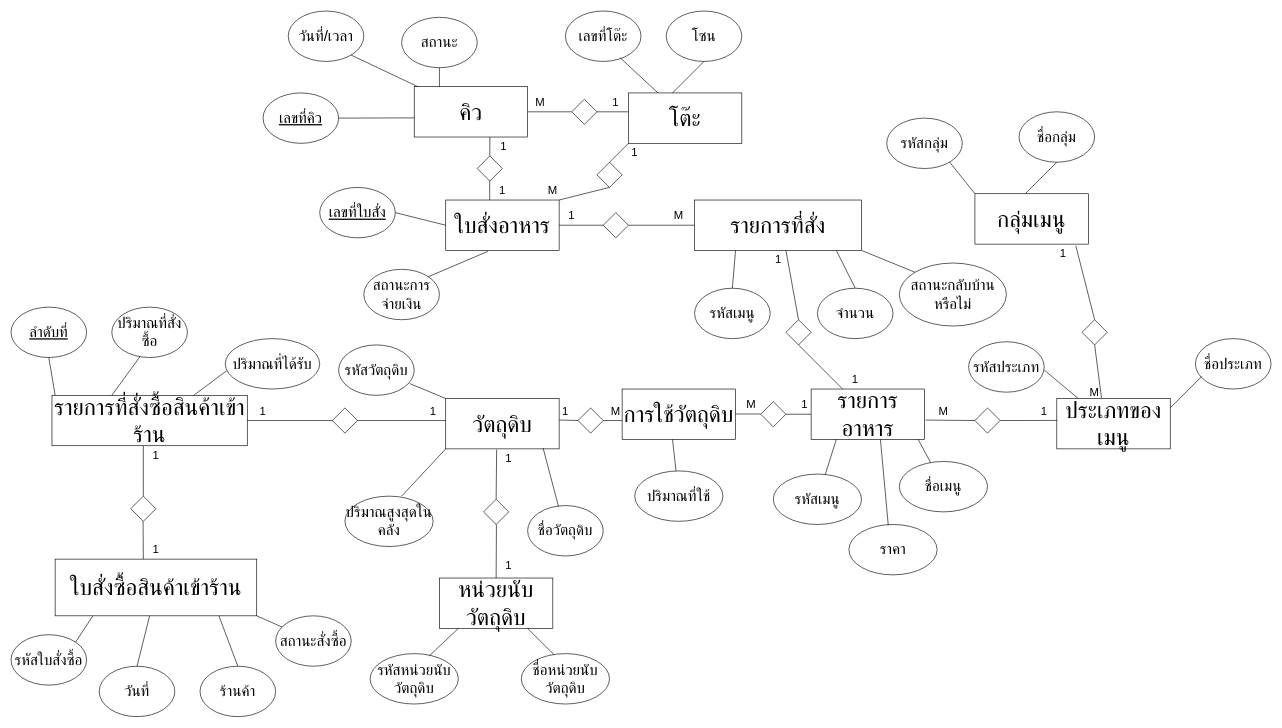
Above: แบบแผนที่ยังไม่ได้ตั้งชื่อ.drawio in banthitamakjeen/git-workshop (draw.io), before the change. Source tidied: cells renumbered, new cells numbered last; positions are measured from the earlier drawing's top-left corner, leaving out a move shared by most shapes. Both pictures are drawn from the tidied source at 63%, with x=0, y=0 at pixel (11, 11).
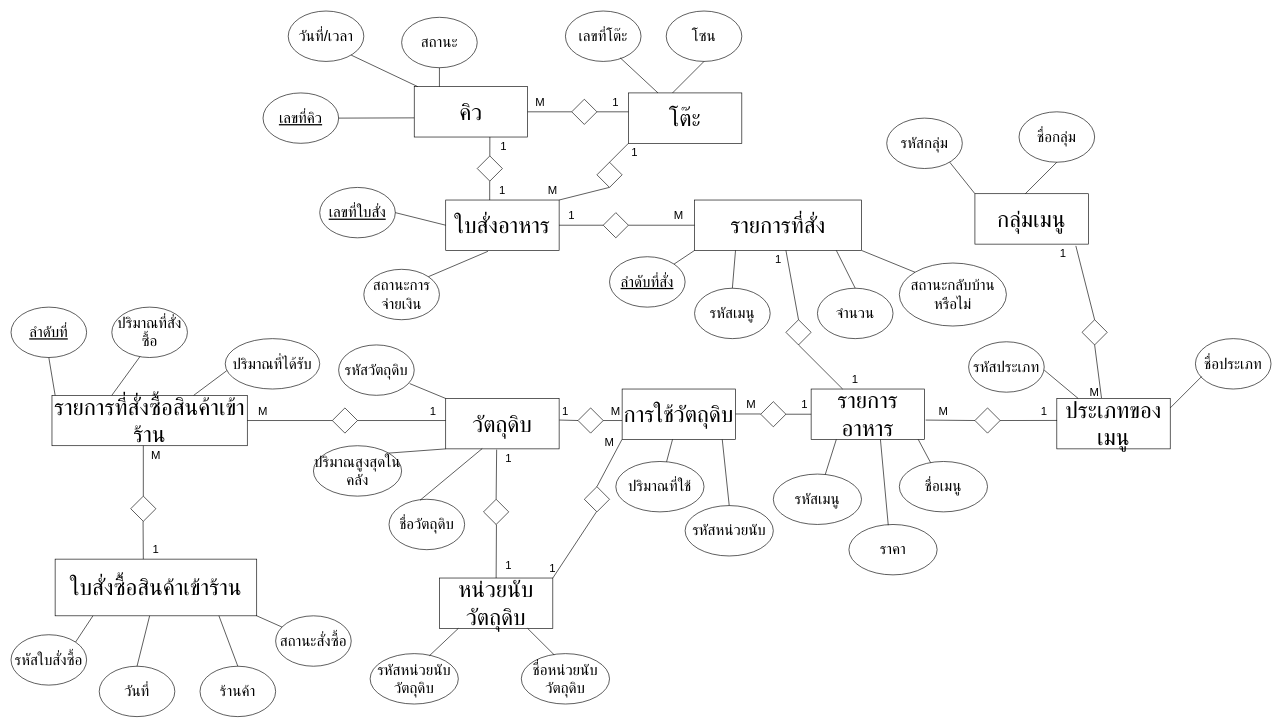
The same diagram, later.

The change refers to these unchanged cells:
```xml
<mxCell id="2" value="&lt;font style=&quot;font-size: 36px;&quot;&gt;วัตถุดิบ&lt;/font&gt;" style="rounded=0;whiteSpace=wrap;html=1;" parent="1" vertex="1">
  <mxGeometry x="690" y="615" width="180" height="80" as="geometry" />
</mxCell>
<mxCell id="6" value="&lt;font style=&quot;font-size: 36px;&quot;&gt;หน่วยนับวัตถุดิบ&lt;/font&gt;" style="rounded=0;whiteSpace=wrap;html=1;" parent="1" vertex="1">
  <mxGeometry x="680" y="900" width="180" height="80" as="geometry" />
</mxCell>
<mxCell id="28" value="&lt;font style=&quot;font-size: 36px;&quot;&gt;การใช้วัตถุดิบ&lt;/font&gt;" style="rounded=0;whiteSpace=wrap;html=1;" parent="1" vertex="1">
  <mxGeometry x="970" y="600" width="180" height="80" as="geometry" />
</mxCell>
```

Diff of the diagram source:
```diff
@@
     <mxCell id="4" value="&lt;font style=&quot;font-size: 24px;&quot;&gt;ชื่อวัตถุดิบ&lt;/font&gt;" style="ellipse;whiteSpace=wrap;html=1;" parent="1" vertex="1">
-      <mxGeometry x="820" y="785" width="120" height="80" as="geometry" />
+      <mxGeometry x="600" y="775" width="120" height="80" as="geometry" />
     </mxCell>
     <mxCell id="5" value="&lt;font style=&quot;font-size: 24px;&quot;&gt;ปริมาณสูงสุดในคลัง&lt;/font&gt;" style="ellipse;whiteSpace=wrap;html=1;" parent="1" vertex="1">
-      <mxGeometry x="530" y="770" width="140" height="80" as="geometry" />
+      <mxGeometry x="480" y="690" width="140" height="80" as="geometry" />
     </mxCell>
@@
     <mxCell id="29" value="&lt;font style=&quot;font-size: 24px;&quot;&gt;ปริมาณที่ใช้&lt;/font&gt;" style="ellipse;whiteSpace=wrap;html=1;" parent="1" vertex="1">
-      <mxGeometry x="990" y="730" width="140" height="80" as="geometry" />
+      <mxGeometry x="960" y="715" width="140" height="80" as="geometry" />
     </mxCell>
@@
-    <mxCell id="80" style="endArrow=none;html=1;rounded=0;entryX=0;entryY=1;entryDx=0;entryDy=0;" parent="1" edge="1" target="2">
-      <mxGeometry relative="1" as="geometry">
-        <mxPoint x="620" y="770" as="sourcePoint" />
-      </mxGeometry>
+    <mxCell id="80" style="endArrow=none;html=1;rounded=0;entryX=0;entryY=1;entryDx=0;entryDy=0;exitX=1;exitY=0;exitDx=0;exitDy=0;" parent="1" edge="1" source="5" target="2">
+      <mxGeometry relative="1" as="geometry" />
     </mxCell>
-    <mxCell id="81" style="endArrow=none;html=1;rounded=0;entryX=0.859;entryY=0.985;entryDx=0;entryDy=0;entryPerimeter=0;exitX=0.409;exitY=0.021;exitDx=0;exitDy=0;exitPerimeter=0;" parent="1" edge="1" source="4" target="2">
+    <mxCell id="81" style="endArrow=none;html=1;rounded=0;entryX=0.322;entryY=0.994;entryDx=0;entryDy=0;entryPerimeter=0;exitX=0.409;exitY=0.021;exitDx=0;exitDy=0;exitPerimeter=0;" parent="1" edge="1" source="4" target="2">
       <mxGeometry relative="1" as="geometry" />
     </mxCell>
@@
-    <mxCell id="124" value="&lt;font style=&quot;font-size: 18px;&quot;&gt;1&lt;/font&gt;" style="text;html=1;align=center;verticalAlign=middle;whiteSpace=wrap;rounded=0;" parent="1" vertex="1">
+    <mxCell id="124" value="&lt;font style=&quot;font-size: 18px;&quot;&gt;M&lt;/font&gt;" style="text;html=1;align=center;verticalAlign=middle;whiteSpace=wrap;rounded=0;" parent="1" vertex="1">
       <mxGeometry x="370" y="620" width="60" height="30" as="geometry" />
     </mxCell>
-    <mxCell id="125" value="&lt;font style=&quot;font-size: 18px;&quot;&gt;1&lt;/font&gt;" style="text;html=1;align=center;verticalAlign=middle;whiteSpace=wrap;rounded=0;" parent="1" vertex="1">
+    <mxCell id="125" value="&lt;span style=&quot;font-size: 18px;&quot;&gt;M&lt;/span&gt;" style="text;html=1;align=center;verticalAlign=middle;whiteSpace=wrap;rounded=0;" parent="1" vertex="1">
       <mxGeometry x="200" y="690" width="60" height="30" as="geometry" />
     </mxCell>
@@
+    <mxCell id="134" value="&lt;span style=&quot;font-size: 24px;&quot;&gt;&lt;u&gt;ลำดับที่สั่ง&lt;/u&gt;&lt;/span&gt;" style="ellipse;whiteSpace=wrap;html=1;" parent="1" vertex="1">
+      <mxGeometry x="950" y="390" width="120" height="80" as="geometry" />
+    </mxCell>
+    <mxCell id="135" style="endArrow=none;html=1;rounded=0;exitX=1;exitY=0;exitDx=0;exitDy=0;" parent="1" edge="1" source="134">
+      <mxGeometry relative="1" as="geometry">
+        <mxPoint x="1085" y="380" as="targetPoint" />
+      </mxGeometry>
+    </mxCell>
+    <mxCell id="136" style="rhombus;whiteSpace=wrap;html=1;" parent="1" vertex="1">
+      <mxGeometry x="910" y="755" width="40" height="40" as="geometry" />
+    </mxCell>
+    <mxCell id="137" style="endArrow=none;html=1;rounded=0;exitX=0.5;exitY=0;exitDx=0;exitDy=0;entryX=0.449;entryY=1.015;entryDx=0;entryDy=0;entryPerimeter=0;" parent="1" edge="1" source="136">
+      <mxGeometry relative="1" as="geometry">
+        <mxPoint x="969.8" y="680" as="targetPoint" />
+      </mxGeometry>
+    </mxCell>
+    <mxCell id="138" style="endArrow=none;html=1;rounded=0;entryX=0.449;entryY=1.015;entryDx=0;entryDy=0;entryPerimeter=0;exitX=1;exitY=0;exitDx=0;exitDy=0;" parent="1" edge="1" source="6">
+      <mxGeometry relative="1" as="geometry">
+        <mxPoint x="929.2" y="795" as="targetPoint" />
+      </mxGeometry>
+    </mxCell>
+    <mxCell id="139" value="&lt;font style=&quot;font-size: 24px;&quot;&gt;รหัสหน่วยนับ&lt;/font&gt;" style="ellipse;whiteSpace=wrap;html=1;" parent="1" vertex="1">
+      <mxGeometry x="1070" y="785" width="140" height="80" as="geometry" />
+    </mxCell>
+    <mxCell id="140" style="endArrow=none;html=1;rounded=0;exitX=0.5;exitY=0;exitDx=0;exitDy=0;entryX=0.883;entryY=1.002;entryDx=0;entryDy=0;entryPerimeter=0;" parent="1" edge="1" source="139" target="28">
+      <mxGeometry relative="1" as="geometry" />
+    </mxCell>
+    <mxCell id="141" value="&lt;span style=&quot;font-size: 18px;&quot;&gt;M&lt;/span&gt;" style="text;html=1;align=center;verticalAlign=middle;whiteSpace=wrap;rounded=0;" parent="1" vertex="1">
+      <mxGeometry x="920" y="670" width="60" height="30" as="geometry" />
+    </mxCell>
+    <mxCell id="142" value="&lt;font style=&quot;font-size: 18px;&quot;&gt;1&lt;/font&gt;" style="text;html=1;align=center;verticalAlign=middle;whiteSpace=wrap;rounded=0;" parent="1" vertex="1">
+      <mxGeometry x="830" y="870" width="60" height="30" as="geometry" />
+    </mxCell>
```
